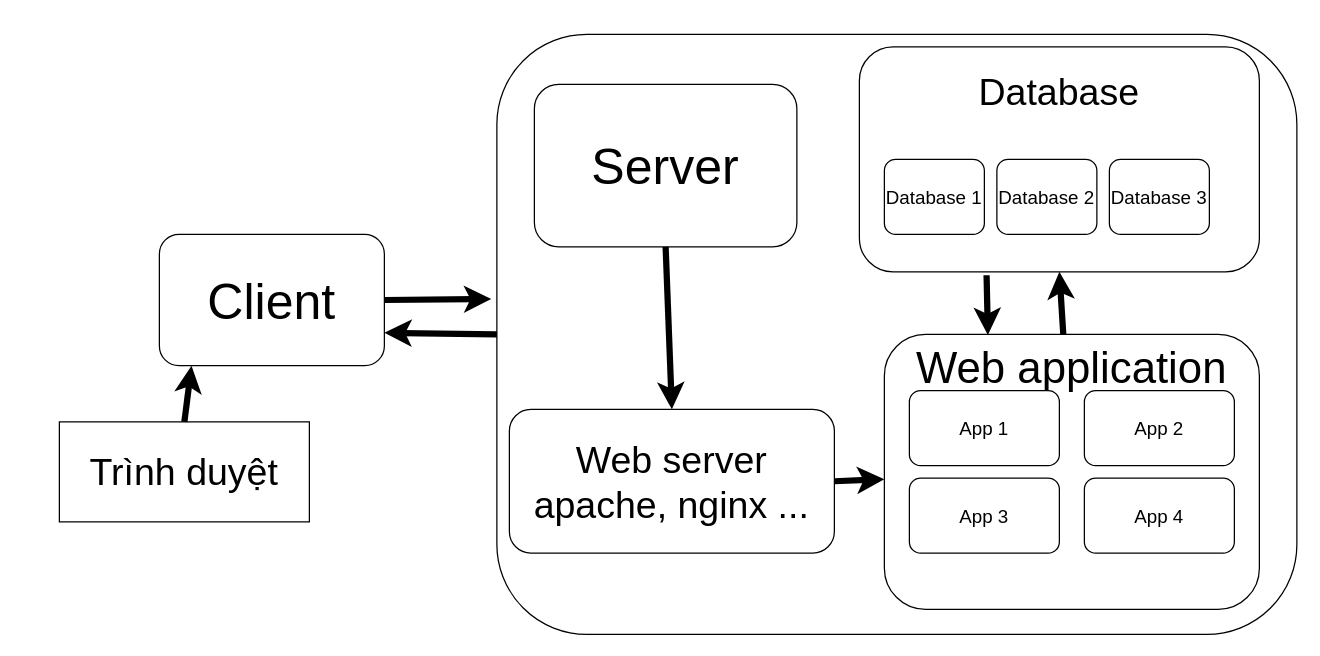
giaythuytinh176/test keeps this draw.io diagram as Untitled Diagram.drawio. Above is the earlier version. Source tidied: cells renumbered, new cells numbered last; positions are measured from the earlier drawing's top-left corner, leaving out a move shared by most shapes. Both pictures are drawn from the tidied source at 125%, with x=0, y=0 at pixel (59, 34).
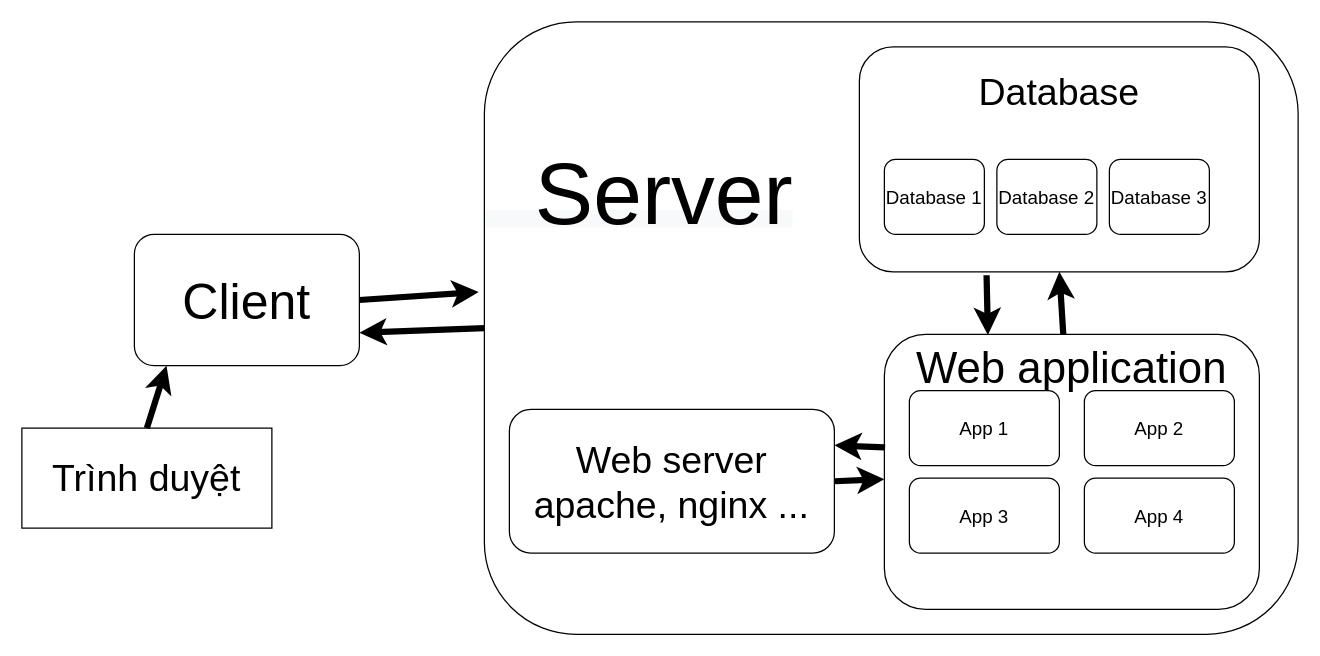
Above is the later version.

Unchanged cells that the change refers to:
```xml
<mxCell id="9" value="&lt;font style=&quot;font-size: 30px&quot;&gt;Web server&lt;br&gt;apache, nginx ...&lt;/font&gt;" style="rounded=1;whiteSpace=wrap;html=1;" parent="1" vertex="1">
  <mxGeometry x="360" y="300" width="260" height="115" as="geometry" />
</mxCell>
<mxCell id="15" value="&lt;font style=&quot;font-size: 35px&quot;&gt;Web application&lt;br&gt;&lt;br&gt;&lt;br&gt;&lt;br&gt;&lt;br&gt;&lt;/font&gt;" style="rounded=1;whiteSpace=wrap;html=1;" parent="1" vertex="1">
  <mxGeometry x="660" y="240" width="300" height="220" as="geometry" />
</mxCell>
```

The edit, as a diff of the source:
```diff
@@
     <mxCell id="2" value="&lt;span style=&quot;font-size: 30px&quot;&gt;Trình duyệt&lt;/span&gt;" style="rounded=0;whiteSpace=wrap;html=1;" parent="1" vertex="1">
-      <mxGeometry y="310" width="200" height="80" as="geometry" />
+      <mxGeometry x="-30" y="315" width="200" height="80" as="geometry" />
     </mxCell>
     <mxCell id="3" value="&lt;font style=&quot;font-size: 40px&quot;&gt;Client&lt;/font&gt;" style="rounded=1;whiteSpace=wrap;html=1;" parent="1" vertex="1">
-      <mxGeometry x="80" y="160" width="180" height="105" as="geometry" />
+      <mxGeometry x="60" y="160" width="180" height="105" as="geometry" />
     </mxCell>
@@
-    <mxCell id="5" style="rounded=1;whiteSpace=wrap;html=1;" parent="1" vertex="1">
-      <mxGeometry x="350" width="640" height="480" as="geometry" />
+    <mxCell id="5" value="&lt;span style=&quot;color: rgb(0 , 0 , 0) ; font-family: &amp;#34;helvetica&amp;#34; ; font-style: normal ; font-weight: 400 ; letter-spacing: normal ; text-indent: 0px ; text-transform: none ; word-spacing: 0px ; background-color: rgb(248 , 249 , 250) ; display: inline ; float: none&quot;&gt;&lt;font style=&quot;font-size: 70px&quot;&gt;&amp;nbsp; Server&lt;br&gt;&lt;/font&gt;&lt;br&gt;&lt;br&gt;&lt;br&gt;&lt;br&gt;&lt;br&gt;&lt;br&gt;&lt;br&gt;&lt;br&gt;&lt;br&gt;&lt;br&gt;&lt;br&gt;&lt;br&gt;&lt;br&gt;&lt;br&gt;&lt;br&gt;&lt;/span&gt;" style="rounded=1;whiteSpace=wrap;html=1;align=left;" parent="1" vertex="1">
+      <mxGeometry x="340" y="-10" width="651" height="490" as="geometry" />
     </mxCell>
@@
-    <mxCell id="7" value="&lt;font style=&quot;font-size: 40px&quot;&gt;Server&lt;/font&gt;" style="rounded=1;whiteSpace=wrap;html=1;" parent="1" vertex="1">
-      <mxGeometry x="380" y="40" width="210" height="130" as="geometry" />
-    </mxCell>
@@
-    <mxCell id="10" style="endArrow=classic;html=1;strokeWidth=5;exitX=0.5;exitY=1;exitDx=0;exitDy=0;entryX=0.5;entryY=0;entryDx=0;entryDy=0;" parent="1" edge="1" source="7" target="9">
-      <mxGeometry relative="1" as="geometry" />
-    </mxCell>
@@
+    <mxCell id="23" style="endArrow=classic;html=1;strokeWidth=5;exitX=0.002;exitY=0.411;exitDx=0;exitDy=0;exitPerimeter=0;entryX=1;entryY=0.25;entryDx=0;entryDy=0;" parent="1" edge="1" source="15" target="9">
+      <mxGeometry relative="1" as="geometry" />
+    </mxCell>
```
